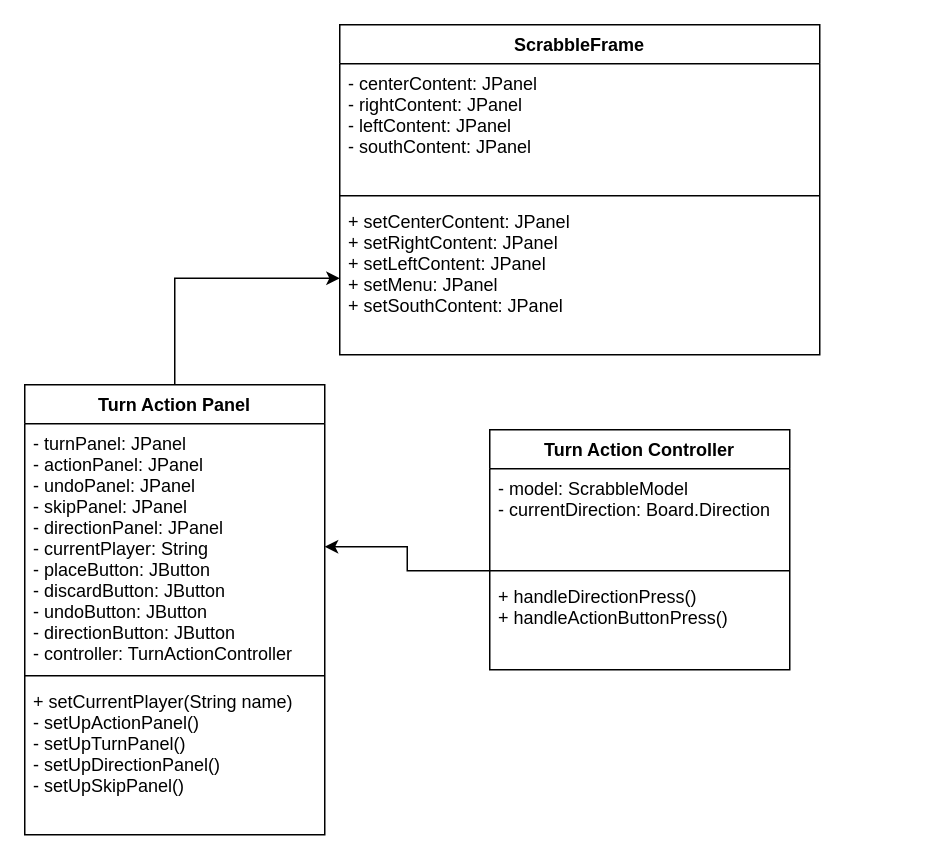
trk20/Scuffle keeps this draw.io diagram as UML/ScrabbleFrameTurnAction.drawio. Above is the earlier version. Source tidied: cells renumbered, new cells numbered last; positions are measured from the earlier drawing's top-left corner, leaving out a move shared by most shapes. Both pictures are drawn from the tidied source at 150%, with x=0, y=0 at pixel (24, 24).
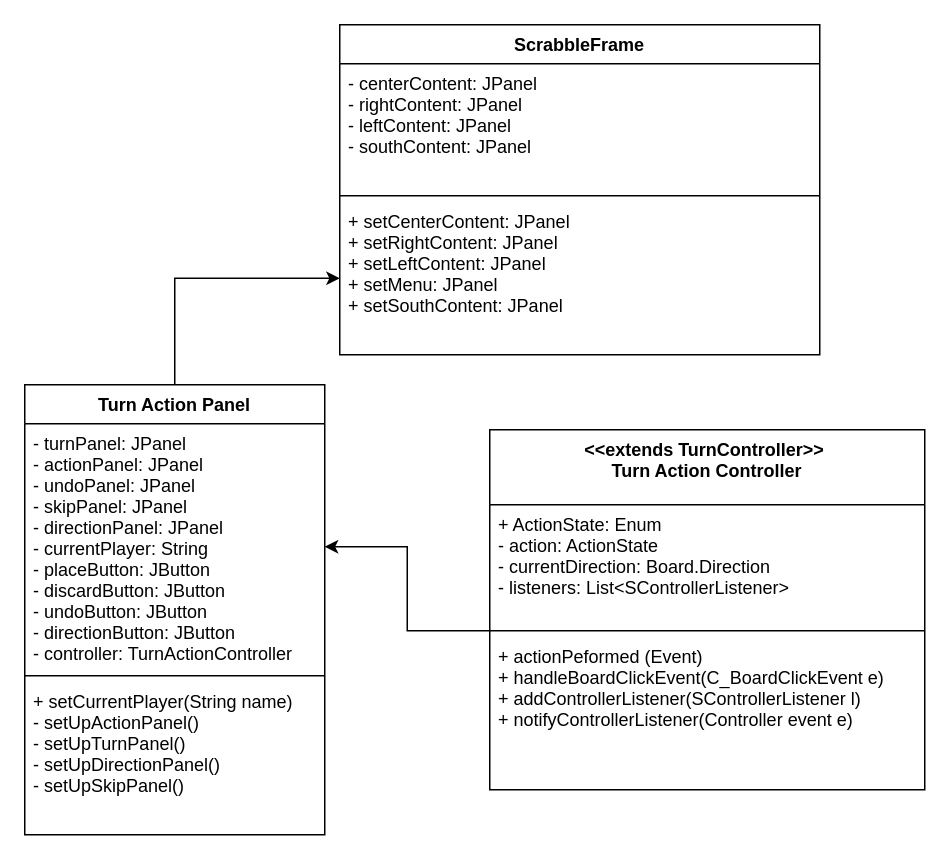
Above is the later version.

Commit message:
Updated TurnAction UML

What changed in the source:
```diff
@@
 <mxGraphModel>
   <root>
     <mxCell id="0" />
     <mxCell id="1" parent="0" />
     <mxCell id="2" value="ScrabbleFrame" style="swimlane;fontStyle=1;align=center;verticalAlign=top;horizontal=1;startSize=26;" parent="1" vertex="1">
       <mxGeometry x="210" width="320" height="220" as="geometry" />
     </mxCell>
     <mxCell id="3" value="- centerContent: JPanel&#10;- rightContent: JPanel&#10;- leftContent: JPanel&#10;- southContent: JPanel&#10;" style="text;strokeColor=none;fillColor=none;align=left;verticalAlign=top;spacingLeft=4;spacingRight=4;overflow=hidden;" parent="2" vertex="1">
       <mxGeometry y="26" width="320" height="84" as="geometry" />
     </mxCell>
     <mxCell id="4" style="line;strokeWidth=1;fillColor=none;align=left;verticalAlign=middle;spacingTop=-1;spacingLeft=3;spacingRight=3;labelPosition=right;" parent="2" vertex="1">
       <mxGeometry y="110" width="320" height="8" as="geometry" />
     </mxCell>
     <mxCell id="5" value="+ setCenterContent: JPanel&#10;+ setRightContent: JPanel&#10;+ setLeftContent: JPanel&#10;+ setMenu: JPanel&#10;+ setSouthContent: JPanel" style="text;strokeColor=none;fillColor=none;align=left;verticalAlign=top;spacingLeft=4;spacingRight=4;overflow=hidden;points=[[0,0.5],[1,0.5]];portConstraint=eastwest;" parent="2" vertex="1">
       <mxGeometry y="118" width="320" height="102" as="geometry" />
     </mxCell>
     <mxCell id="6" style="edgeStyle=orthogonalEdgeStyle;rounded=0;jettySize=auto;html=1;entryX=0;entryY=0.5;entryDx=0;entryDy=0;" parent="1" edge="1" source="7" target="5">
       <mxGeometry relative="1" as="geometry" />
     </mxCell>
     <mxCell id="7" value="Turn Action Panel" style="swimlane;fontStyle=1;align=center;verticalAlign=top;horizontal=1;startSize=26;" parent="1" vertex="1">
       <mxGeometry y="240" width="200" height="300" as="geometry" />
     </mxCell>
     <mxCell id="8" value="- turnPanel: JPanel&#10;- actionPanel: JPanel&#10;- undoPanel: JPanel&#10;- skipPanel: JPanel&#10;- directionPanel: JPanel&#10;- currentPlayer: String&#10;- placeButton: JButton&#10;- discardButton: JButton&#10;- undoButton: JButton&#10;- directionButton: JButton&#10;- controller: TurnActionController" style="text;strokeColor=none;fillColor=none;align=left;verticalAlign=top;spacingLeft=4;spacingRight=4;overflow=hidden;points=[[0,0.5],[1,0.5]];portConstraint=eastwest;" parent="7" vertex="1">
       <mxGeometry y="26" width="200" height="164" as="geometry" />
     </mxCell>
     <mxCell id="9" style="line;strokeWidth=1;fillColor=none;align=left;verticalAlign=middle;spacingTop=-1;spacingLeft=3;spacingRight=3;labelPosition=right;" parent="7" vertex="1">
       <mxGeometry y="190" width="200" height="8" as="geometry" />
     </mxCell>
     <mxCell id="10" value="+ setCurrentPlayer(String name)&#10;- setUpActionPanel()&#10;- setUpTurnPanel()&#10;- setUpDirectionPanel()&#10;- setUpSkipPanel()" style="text;strokeColor=none;fillColor=none;align=left;verticalAlign=top;spacingLeft=4;spacingRight=4;overflow=hidden;" parent="7" vertex="1">
       <mxGeometry y="198" width="200" height="102" as="geometry" />
     </mxCell>
-    <mxCell id="11" value="Turn Action Controller" style="swimlane;fontStyle=1;align=center;verticalAlign=top;horizontal=1;startSize=26;" parent="1" vertex="1">
-      <mxGeometry x="310" y="270" width="200" height="160" as="geometry" />
+    <mxCell id="11" value="&lt;&lt;extends TurnController&gt;&gt; &#10;Turn Action Controller" style="swimlane;fontStyle=1;align=center;verticalAlign=top;horizontal=1;startSize=50;" parent="1" vertex="1">
+      <mxGeometry x="310" y="270" width="290" height="240" as="geometry" />
     </mxCell>
-    <mxCell id="12" value="- model: ScrabbleModel&#10;- currentDirection: Board.Direction&#10;" style="text;strokeColor=none;fillColor=none;align=left;verticalAlign=top;spacingLeft=4;spacingRight=4;overflow=hidden;" parent="11" vertex="1">
-      <mxGeometry y="26" width="200" height="64" as="geometry" />
+    <mxCell id="12" value="+ ActionState: Enum&#10;- action: ActionState&#10;- currentDirection: Board.Direction&#10;- listeners: List&lt;SControllerListener&gt;&#10;&#10;" style="text;strokeColor=none;fillColor=none;align=left;verticalAlign=top;spacingLeft=4;spacingRight=4;overflow=hidden;" parent="11" vertex="1">
+      <mxGeometry y="50" width="290" height="80" as="geometry" />
     </mxCell>
     <mxCell id="13" style="line;strokeWidth=1;fillColor=none;align=left;verticalAlign=middle;spacingTop=-1;spacingLeft=3;spacingRight=3;labelPosition=right;points=[];portConstraint=eastwest;" parent="11" vertex="1">
-      <mxGeometry y="90" width="200" height="8" as="geometry" />
+      <mxGeometry y="130" width="290" height="8" as="geometry" />
     </mxCell>
-    <mxCell id="14" value="+ handleDirectionPress()&#10;+ handleActionButtonPress()" style="text;strokeColor=none;fillColor=none;align=left;verticalAlign=top;spacingLeft=4;spacingRight=4;overflow=hidden;" parent="11" vertex="1">
-      <mxGeometry y="98" width="200" height="62" as="geometry" />
+    <mxCell id="14" value="+ actionPeformed (Event)&#10;+ handleBoardClickEvent(C_BoardClickEvent e)&#10;+ addControllerListener(SControllerListener l)&#10;+ notifyControllerListener(Controller event e)" style="text;strokeColor=none;fillColor=none;align=left;verticalAlign=top;spacingLeft=4;spacingRight=4;overflow=hidden;" parent="11" vertex="1">
+      <mxGeometry y="138" width="290" height="102" as="geometry" />
     </mxCell>
     <mxCell id="15" style="edgeStyle=orthogonalEdgeStyle;rounded=0;jettySize=auto;html=1;" parent="1" edge="1" source="13" target="8">
       <mxGeometry relative="1" as="geometry" />
     </mxCell>
   </root>
 </mxGraphModel>
```
